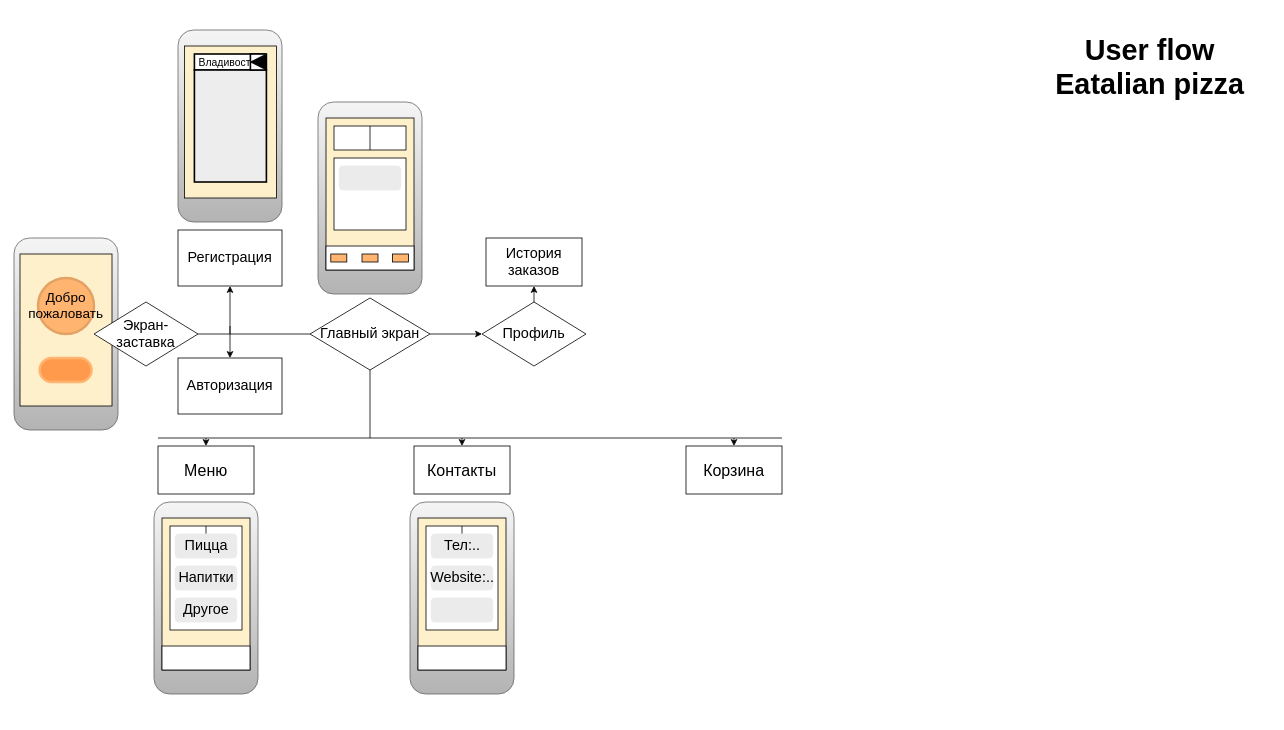
This is user flow.drawio from afnear/2project, a draw.io file, before an edit. Source tidied: cells renumbered, new cells numbered last; positions are measured from the earlier drawing's top-left corner, leaving out a move shared by most shapes. Both pictures are drawn from the tidied source at 80%, with x=0, y=0 at pixel (14, 22).
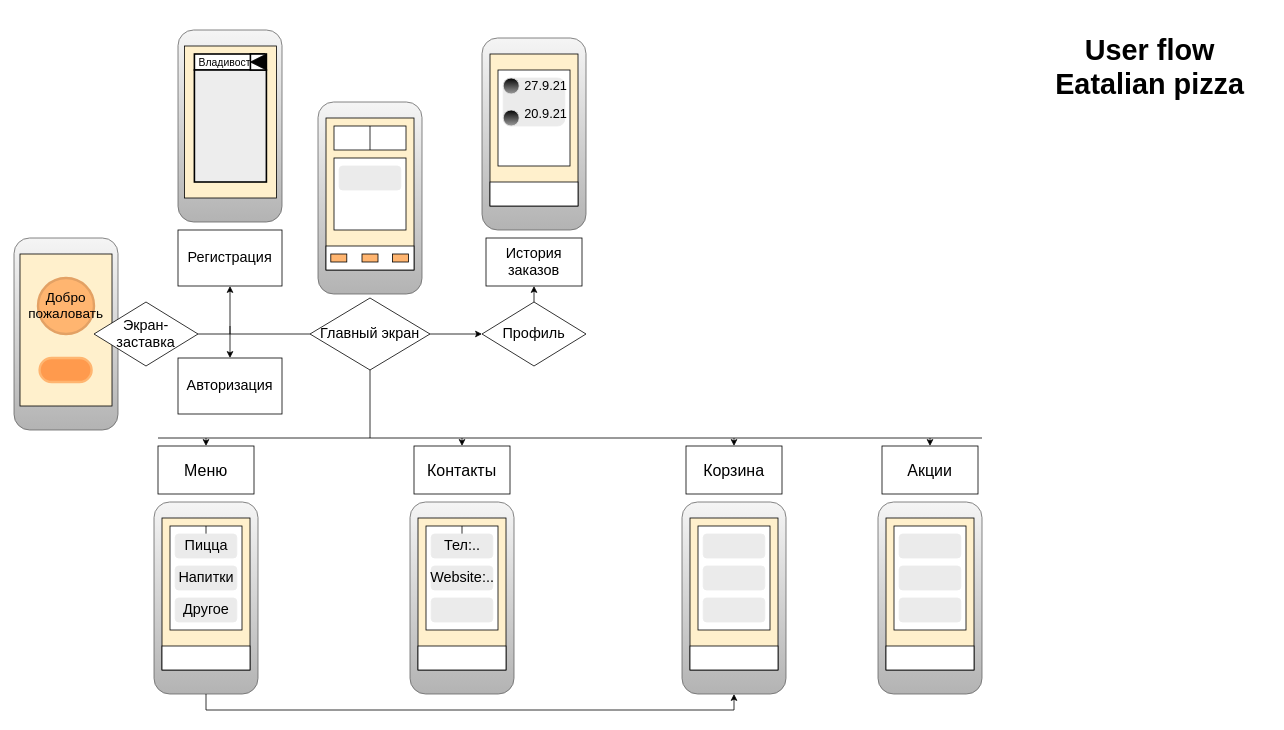
After the change.

Unchanged cells that the change refers to:
```xml
<mxCell id="51" style="rounded=1;whiteSpace=wrap;html=1;fontSize=18;fillColor=#f5f5f5;gradientColor=#b3b3b3;strokeColor=#666666;" parent="50" vertex="1">
  <mxGeometry width="130" height="240" as="geometry" />
</mxCell>
```

Diff of the diagram source:
```diff
@@
     <mxCell id="46" style="endArrow=none;html=1;rounded=0;fontSize=18;" parent="1" edge="1">
       <mxGeometry relative="1" as="geometry">
         <mxPoint x="180" y="520" as="sourcePoint" />
-        <mxPoint x="960" y="520" as="targetPoint" />
+        <mxPoint x="1210" y="520" as="targetPoint" />
       </mxGeometry>
     </mxCell>
@@
+    <mxCell id="68" style="group;" parent="1" vertex="1">
+      <mxGeometry x="585" y="20" width="146.5" height="240" as="geometry" />
+    </mxCell>
+    <mxCell id="69" style="rounded=1;whiteSpace=wrap;html=1;fontSize=18;fillColor=#f5f5f5;gradientColor=#b3b3b3;strokeColor=#666666;" parent="68" vertex="1">
+      <mxGeometry width="130" height="240" as="geometry" />
+    </mxCell>
+    <mxCell id="70" style="rounded=0;whiteSpace=wrap;html=1;fontSize=20;strokeWidth=1;align=center;fillColor=#FFF0CC;" parent="68" vertex="1">
+      <mxGeometry x="10" y="20" width="110" height="190" as="geometry" />
+    </mxCell>
+    <mxCell id="71" style="rounded=0;whiteSpace=wrap;html=1;fontSize=20;strokeWidth=1;align=center;" parent="68" vertex="1">
+      <mxGeometry x="10" y="180" width="110" height="30" as="geometry" />
+    </mxCell>
+    <mxCell id="72" style="rounded=0;whiteSpace=wrap;html=1;fontSize=18;strokeWidth=1;align=center;" parent="68" vertex="1">
+      <mxGeometry x="20" y="40" width="90" height="120" as="geometry" />
+    </mxCell>
+    <mxCell id="73" style="rounded=1;whiteSpace=wrap;html=1;fontSize=18;strokeWidth=1;align=center;fillColor=#EBEBEB;strokeColor=#EBEBEB;" parent="68" vertex="1">
+      <mxGeometry x="26.5" y="50" width="77" height="60" as="geometry" />
+    </mxCell>
+    <mxCell id="74" style="ellipse;whiteSpace=wrap;html=1;rounded=0;fontSize=18;strokeColor=#EBEBEB;strokeWidth=1;fillColor=#030303;gradientColor=#9C9C9C;align=center;" parent="68" vertex="1">
+      <mxGeometry x="26.5" y="50" width="20" height="20" as="geometry" />
+    </mxCell>
+    <mxCell id="75" style="ellipse;whiteSpace=wrap;html=1;rounded=0;fontSize=18;strokeColor=#EBEBEB;strokeWidth=1;fillColor=#030303;gradientColor=#9C9C9C;align=center;" parent="68" vertex="1">
+      <mxGeometry x="26.5" y="90" width="20" height="20" as="geometry" />
+    </mxCell>
+    <mxCell id="76" value="&lt;font style=&quot;font-size: 16px&quot;&gt;27.9.21&lt;/font&gt;" style="text;html=1;strokeColor=none;fillColor=none;align=center;verticalAlign=middle;whiteSpace=wrap;rounded=0;fontSize=18;" parent="68" vertex="1">
+      <mxGeometry x="50" y="45" width="60" height="30" as="geometry" />
+    </mxCell>
+    <mxCell id="77" value="&lt;font style=&quot;font-size: 16px&quot;&gt;20.9.21&lt;/font&gt;" style="text;html=1;strokeColor=none;fillColor=none;align=center;verticalAlign=middle;whiteSpace=wrap;rounded=0;fontSize=18;" parent="68" vertex="1">
+      <mxGeometry x="50" y="80" width="60" height="30" as="geometry" />
+    </mxCell>
+    <mxCell id="78" style="group;" parent="1" vertex="1">
+      <mxGeometry x="835" y="600" width="130" height="240" as="geometry" />
+    </mxCell>
+    <mxCell id="79" style="rounded=1;whiteSpace=wrap;html=1;fontSize=18;fillColor=#f5f5f5;gradientColor=#b3b3b3;strokeColor=#666666;" parent="78" vertex="1">
+      <mxGeometry width="130" height="240" as="geometry" />
+    </mxCell>
+    <mxCell id="80" style="rounded=0;whiteSpace=wrap;html=1;fontSize=20;strokeWidth=1;align=center;fillColor=#FFF0CC;" parent="78" vertex="1">
+      <mxGeometry x="10" y="20" width="110" height="190" as="geometry" />
+    </mxCell>
+    <mxCell id="81" style="rounded=0;whiteSpace=wrap;html=1;fontSize=20;strokeWidth=1;align=center;" parent="78" vertex="1">
+      <mxGeometry x="10" y="180" width="110" height="30" as="geometry" />
+    </mxCell>
+    <mxCell id="82" style="rounded=0;whiteSpace=wrap;html=1;fontSize=18;strokeWidth=1;align=center;" parent="78" vertex="1">
+      <mxGeometry x="20" y="30" width="90" height="130" as="geometry" />
+    </mxCell>
+    <mxCell id="83" style="rounded=1;whiteSpace=wrap;html=1;fontSize=18;strokeWidth=1;align=center;fillColor=#EBEBEB;strokeColor=#EBEBEB;" parent="78" vertex="1">
+      <mxGeometry x="26.5" y="40" width="77" height="30" as="geometry" />
+    </mxCell>
+    <mxCell id="84" style="rounded=1;whiteSpace=wrap;html=1;fontSize=18;strokeWidth=1;align=center;fillColor=#EBEBEB;strokeColor=#EBEBEB;" parent="78" vertex="1">
+      <mxGeometry x="26.5" y="80" width="77" height="30" as="geometry" />
+    </mxCell>
+    <mxCell id="85" style="rounded=1;whiteSpace=wrap;html=1;fontSize=18;strokeWidth=1;align=center;fillColor=#EBEBEB;strokeColor=#EBEBEB;" parent="78" vertex="1">
+      <mxGeometry x="26.5" y="120" width="77" height="30" as="geometry" />
+    </mxCell>
+    <mxCell id="86" style="endArrow=none;html=1;rounded=0;fontSize=16;entryX=0.5;entryY=1;entryDx=0;entryDy=0;" parent="1" edge="1" target="51">
+      <mxGeometry relative="1" as="geometry">
+        <mxPoint x="240" y="860" as="sourcePoint" />
+      </mxGeometry>
+    </mxCell>
+    <mxCell id="87" style="endArrow=none;html=1;rounded=0;fontSize=16;" parent="1" edge="1">
+      <mxGeometry relative="1" as="geometry">
+        <mxPoint x="240" y="860" as="sourcePoint" />
+        <mxPoint x="900" y="860" as="targetPoint" />
+      </mxGeometry>
+    </mxCell>
+    <mxCell id="88" style="endArrow=classic;html=1;rounded=0;fontSize=16;entryX=0.5;entryY=1;entryDx=0;entryDy=0;" parent="1" edge="1" target="79">
+      <mxGeometry relative="1" as="geometry">
+        <mxPoint x="900" y="860" as="sourcePoint" />
+      </mxGeometry>
+    </mxCell>
+    <mxCell id="89" style="group;" parent="1" vertex="1">
+      <mxGeometry x="1080" y="600" width="130" height="240" as="geometry" />
+    </mxCell>
+    <mxCell id="90" style="rounded=1;whiteSpace=wrap;html=1;fontSize=18;fillColor=#f5f5f5;gradientColor=#b3b3b3;strokeColor=#666666;" parent="89" vertex="1">
+      <mxGeometry width="130" height="240" as="geometry" />
+    </mxCell>
+    <mxCell id="91" style="rounded=0;whiteSpace=wrap;html=1;fontSize=20;strokeWidth=1;align=center;fillColor=#FFF0CC;" parent="89" vertex="1">
+      <mxGeometry x="10" y="20" width="110" height="190" as="geometry" />
+    </mxCell>
+    <mxCell id="92" style="rounded=0;whiteSpace=wrap;html=1;fontSize=20;strokeWidth=1;align=center;" parent="89" vertex="1">
+      <mxGeometry x="10" y="180" width="110" height="30" as="geometry" />
+    </mxCell>
+    <mxCell id="93" style="rounded=0;whiteSpace=wrap;html=1;fontSize=18;strokeWidth=1;align=center;" parent="89" vertex="1">
+      <mxGeometry x="20" y="30" width="90" height="130" as="geometry" />
+    </mxCell>
+    <mxCell id="94" style="rounded=1;whiteSpace=wrap;html=1;fontSize=18;strokeWidth=1;align=center;fillColor=#EBEBEB;strokeColor=#EBEBEB;" parent="89" vertex="1">
+      <mxGeometry x="26.5" y="40" width="77" height="30" as="geometry" />
+    </mxCell>
+    <mxCell id="95" style="rounded=1;whiteSpace=wrap;html=1;fontSize=18;strokeWidth=1;align=center;fillColor=#EBEBEB;strokeColor=#EBEBEB;" parent="89" vertex="1">
+      <mxGeometry x="26.5" y="80" width="77" height="30" as="geometry" />
+    </mxCell>
+    <mxCell id="96" style="rounded=1;whiteSpace=wrap;html=1;fontSize=18;strokeWidth=1;align=center;fillColor=#EBEBEB;strokeColor=#EBEBEB;" parent="89" vertex="1">
+      <mxGeometry x="26.5" y="120" width="77" height="30" as="geometry" />
+    </mxCell>
+    <mxCell id="97" value="Акции" style="rounded=0;whiteSpace=wrap;html=1;fontSize=20;strokeWidth=1;align=center;" parent="1" vertex="1">
+      <mxGeometry x="1085" y="530" width="120" height="60" as="geometry" />
+    </mxCell>
+    <mxCell id="98" style="endArrow=classic;html=1;rounded=0;fontSize=16;entryX=0.5;entryY=0;entryDx=0;entryDy=0;" parent="1" edge="1" target="97">
+      <mxGeometry relative="1" as="geometry">
+        <mxPoint x="1145" y="520" as="sourcePoint" />
+      </mxGeometry>
+    </mxCell>
```
